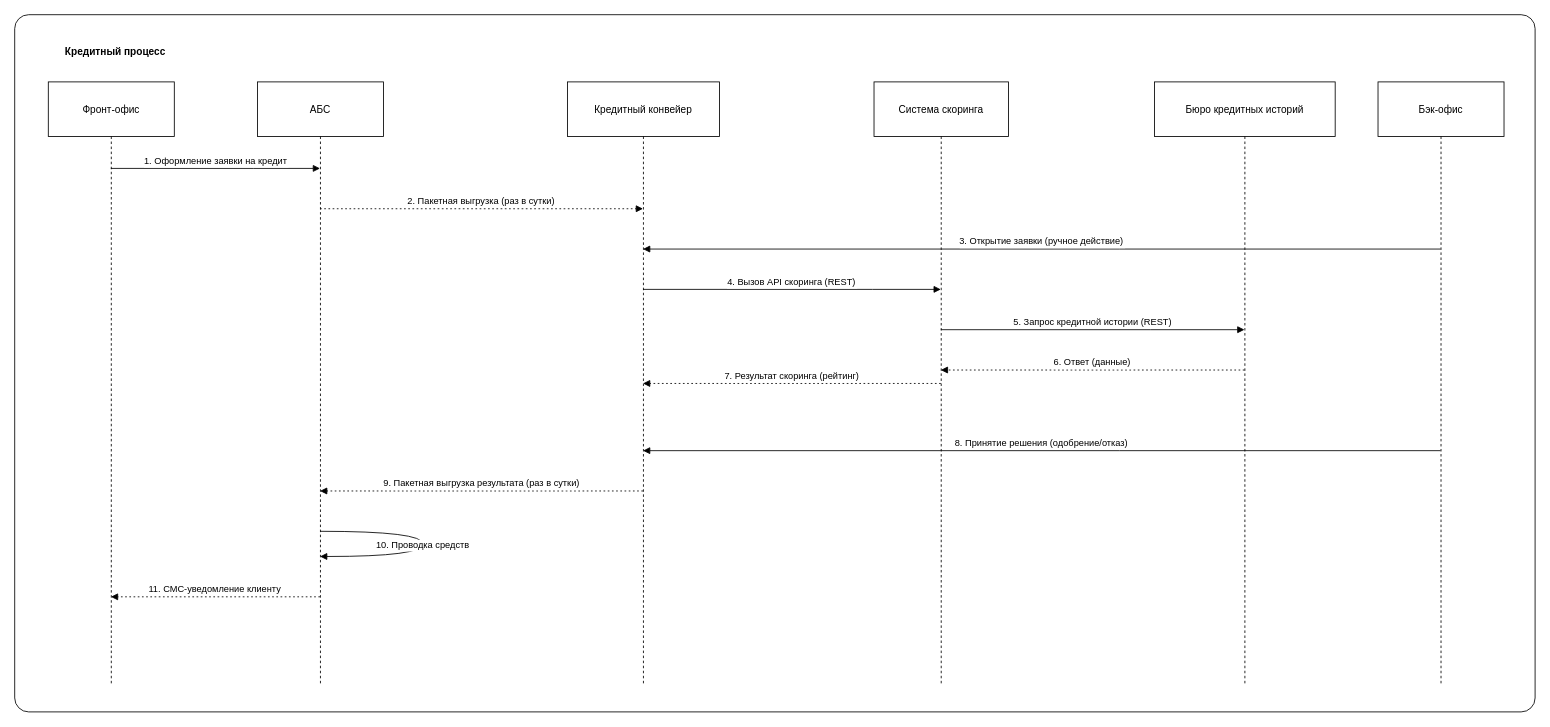
Earlier version of the draw.io diagram page "Кредитный процесс" (2 of 3) of Task1/drawio/Task1.drawio (afakhrieva/architecture-pro-standart). Source tidied: cells renumbered, new cells numbered last; positions are measured from the earlier drawing's top-left corner, leaving out a move shared by most shapes. Both pictures are drawn from the tidied source at 84%, with x=0, y=0 at pixel (14, 14).
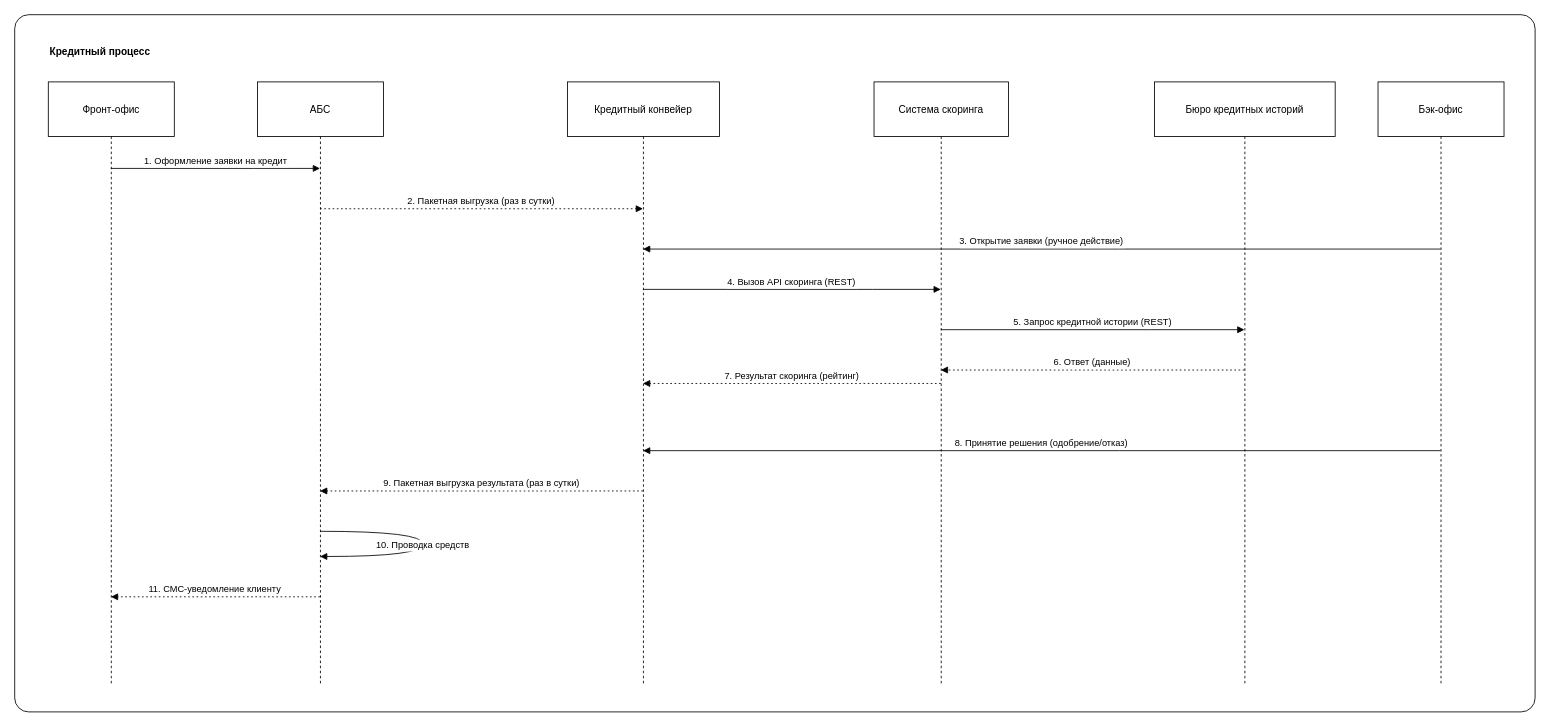
The same diagram, later.

What changed in the source:
```diff
@@
-    <mxCell id="3" value="Кредитный процесс" style="text;html=1;whiteSpace=wrap;align=center;verticalAlign=middle;rounded=0;fontStyle=1;" parent="1" vertex="1">
+    <mxCell id="3" value="Кредитный процесс" style="text;html=1;whiteSpace=wrap;align=left;verticalAlign=middle;rounded=0;fontStyle=1;" parent="1" vertex="1">
       <mxGeometry x="40" y="30" width="160" height="30" as="geometry" />
     </mxCell>
```
